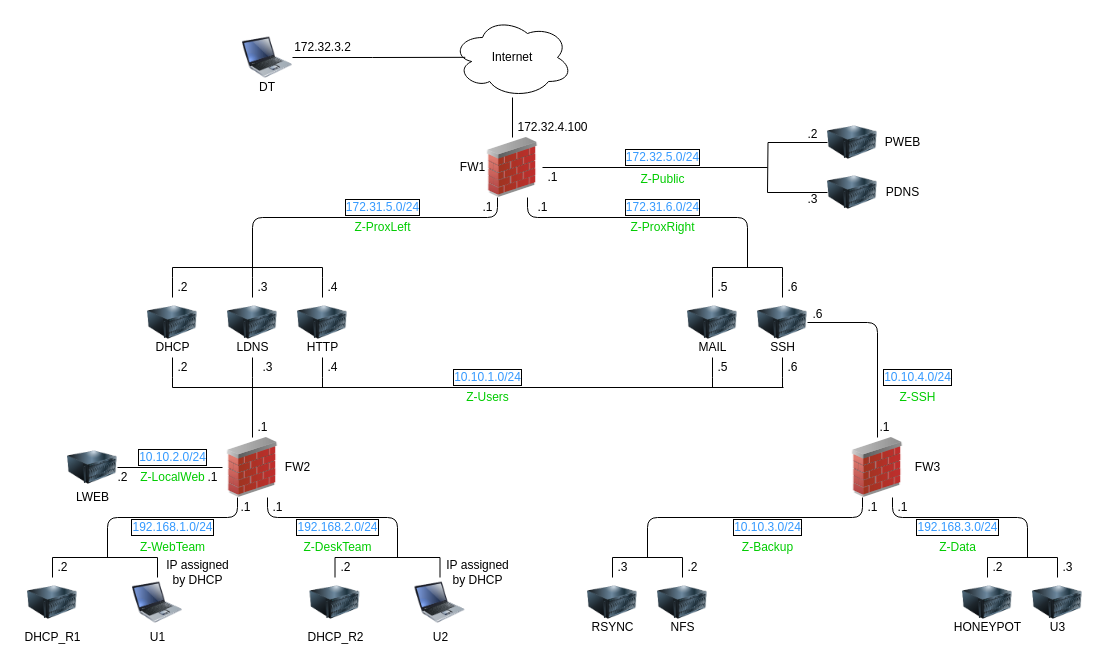
Earlier version of the draw.io diagram part_1/drawing/network.drawio (OlivierJoris/Firewalls-configuration-using-iptables). Source tidied: cells renumbered, new cells numbered last; positions are measured from the earlier drawing's top-left corner, leaving out a move shared by most shapes. Both pictures are drawn from the tidied source at 100%, with x=0, y=0 at pixel (17, 17).
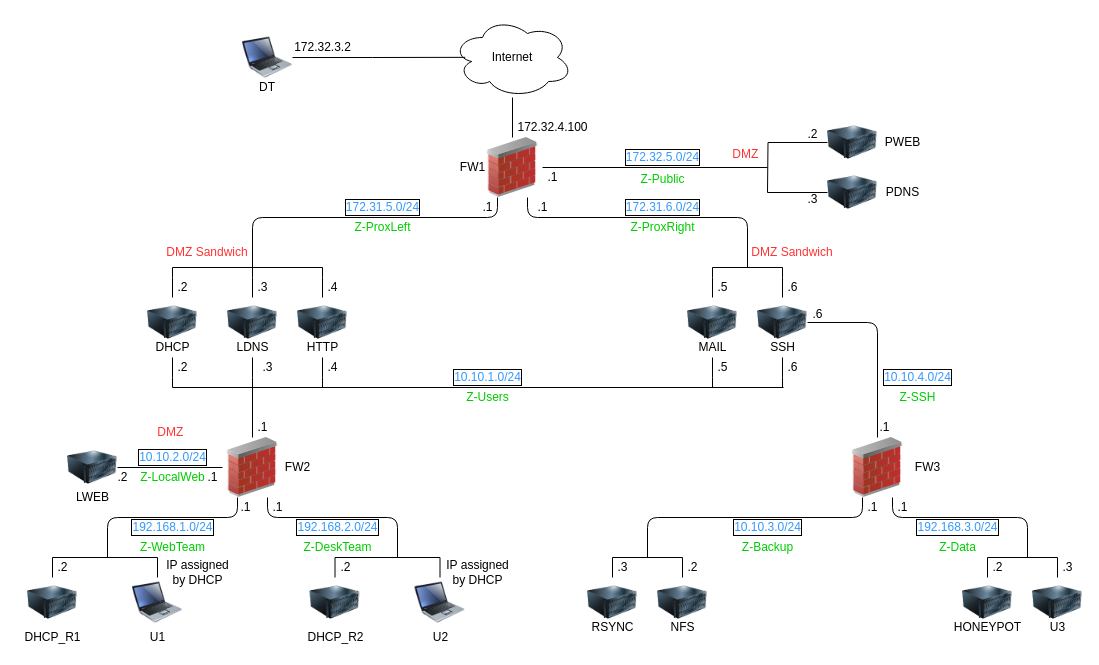
After the change.

Diff of the diagram source:
```diff
@@
+    <mxCell id="136" value="&lt;font color=&quot;#ff3333&quot;&gt;DMZ Sandwich&lt;/font&gt;" style="text;html=1;strokeColor=none;fillColor=none;align=center;verticalAlign=middle;whiteSpace=wrap;rounded=0;" parent="1" vertex="1">
+      <mxGeometry x="145" y="220" width="90" height="30" as="geometry" />
+    </mxCell>
+    <mxCell id="137" value="&lt;font color=&quot;#ff3333&quot;&gt;DMZ Sandwich&lt;/font&gt;" style="text;html=1;strokeColor=none;fillColor=none;align=center;verticalAlign=middle;whiteSpace=wrap;rounded=0;" parent="1" vertex="1">
+      <mxGeometry x="730" y="220" width="90" height="30" as="geometry" />
+    </mxCell>
+    <mxCell id="138" value="&lt;font color=&quot;#ff3333&quot;&gt;DMZ&amp;nbsp;&lt;/font&gt;" style="text;html=1;strokeColor=none;fillColor=none;align=center;verticalAlign=middle;whiteSpace=wrap;rounded=0;" parent="1" vertex="1">
+      <mxGeometry x="685" y="122" width="90" height="30" as="geometry" />
+    </mxCell>
+    <mxCell id="139" value="&lt;font color=&quot;#ff3333&quot;&gt;DMZ&amp;nbsp;&lt;/font&gt;" style="text;html=1;strokeColor=none;fillColor=none;align=center;verticalAlign=middle;whiteSpace=wrap;rounded=0;" parent="1" vertex="1">
+      <mxGeometry x="110" y="400" width="90" height="30" as="geometry" />
+    </mxCell>
```
